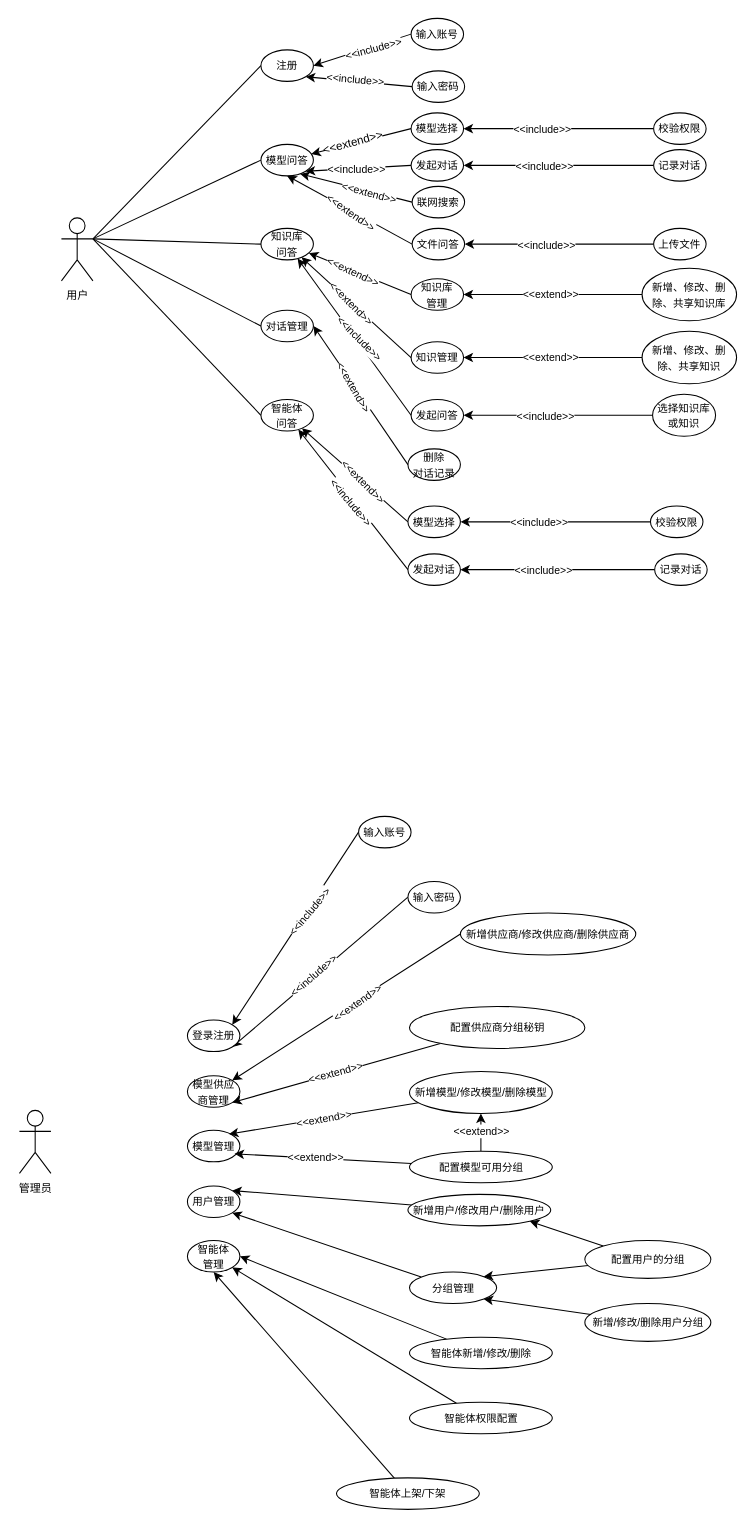
Chentx1243/draw.io keeps this draw.io diagram as page "第 2 页" (2 of 2) of 用户用例图.drawio. Above is the earlier version. Source tidied: cells renumbered, new cells numbered last; positions are measured from the earlier drawing's top-left corner, leaving out a move shared by most shapes. Both pictures are drawn from the tidied source at 105%, with x=0, y=0 at pixel (19, 18).
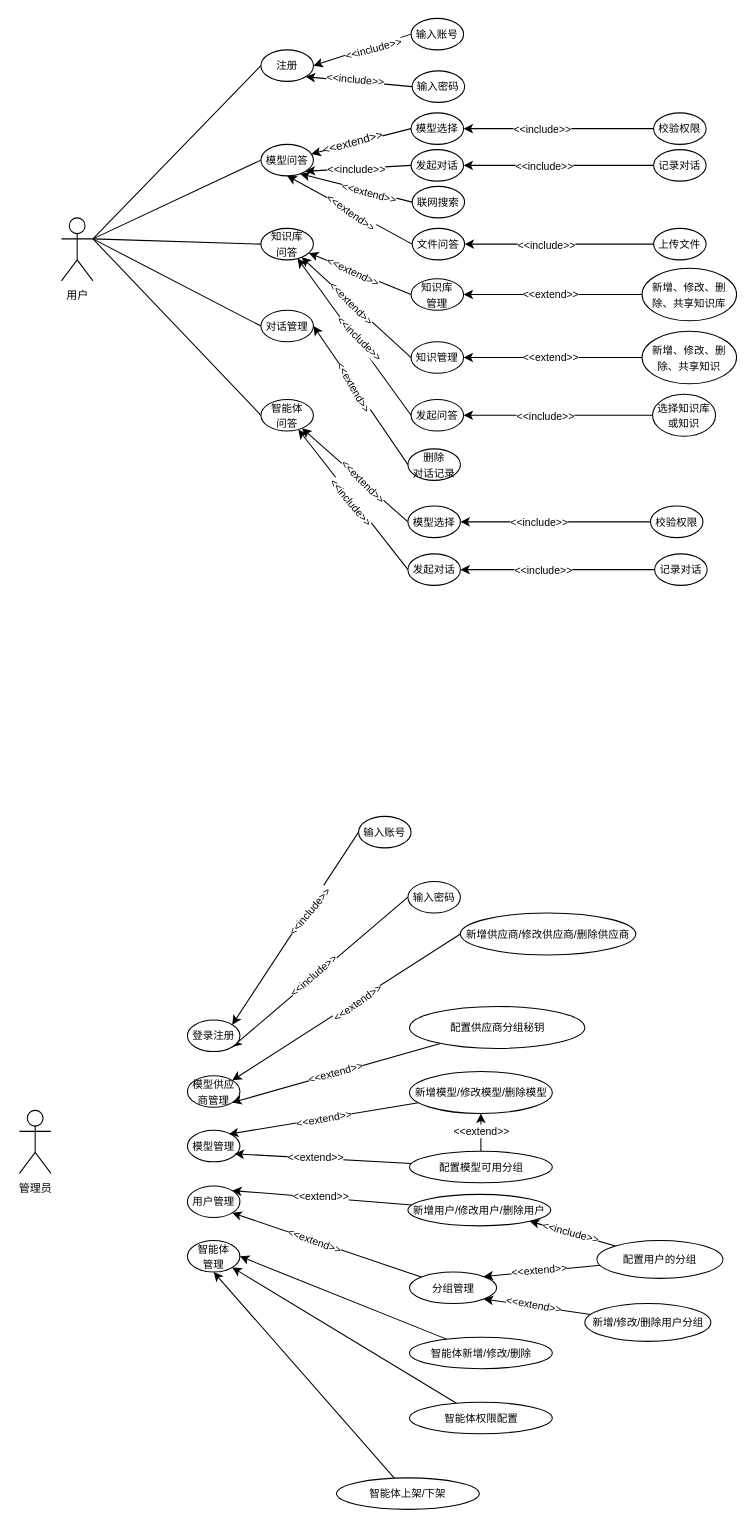
The same page after the edit.

Commit message (it also covers changes not shown here):
更新用户用例图.drawio

The change refers to these unchanged cells:
```xml
<mxCell id="90" style="rounded=0;jettySize=auto;html=1;entryX=1;entryY=0;entryDx=0;entryDy=0;" parent="1" edge="1" source="91" target="89">
  <mxGeometry relative="1" as="geometry" />
</mxCell>
<mxCell id="92" style="rounded=0;jettySize=auto;html=1;entryX=1;entryY=1;entryDx=0;entryDy=0;" parent="1" edge="1" source="93" target="89">
  <mxGeometry relative="1" as="geometry" />
</mxCell>
<mxCell id="109" style="rounded=0;jettySize=auto;html=1;entryX=1;entryY=1;entryDx=0;entryDy=0;" parent="1" edge="1" source="110" target="93">
  <mxGeometry relative="1" as="geometry" />
</mxCell>
<mxCell id="111" style="rounded=0;jettySize=auto;html=1;entryX=1;entryY=0;entryDx=0;entryDy=0;" parent="1" edge="1" source="113" target="93">
  <mxGeometry relative="1" as="geometry" />
</mxCell>
<mxCell id="112" style="rounded=0;jettySize=auto;html=1;exitX=0;exitY=0;exitDx=0;exitDy=0;entryX=1;entryY=1;entryDx=0;entryDy=0;" parent="1" edge="1" source="113" target="91">
  <mxGeometry relative="1" as="geometry" />
</mxCell>
```

Diff of the diagram source:
```diff
@@
+    <mxCell id="114" value="&lt;span style=&quot;font-family: 宋体; font-size: 10px;&quot;&gt;&amp;lt;&amp;lt;extend&amp;gt;&amp;gt;&lt;/span&gt;" style="edgeLabel;html=1;align=center;verticalAlign=middle;" parent="90" vertex="1">
+      <mxGeometry x="0.02" y="-2" relative="1" as="geometry" />
+    </mxCell>
@@
+    <mxCell id="115" value="&lt;span style=&quot;font-family: 宋体; font-size: 10px;&quot;&gt;&amp;lt;&amp;lt;extend&amp;gt;&amp;gt;&lt;/span&gt;" style="edgeLabel;html=1;align=center;verticalAlign=middle;rotation=20;" parent="92" vertex="1">
+      <mxGeometry x="0.21" y="1" relative="1" as="geometry">
+        <mxPoint x="7" y="1" as="offset" />
+      </mxGeometry>
+    </mxCell>
@@
+    <mxCell id="116" value="&lt;span style=&quot;font-family: 宋体; font-size: 10px;&quot;&gt;&amp;lt;&amp;lt;extend&amp;gt;&amp;gt;&lt;/span&gt;" style="edgeLabel;html=1;align=center;verticalAlign=middle;rotation=10;" parent="109" vertex="1">
+      <mxGeometry x="0.23" y="1" relative="1" as="geometry">
+        <mxPoint x="8" y="-2" as="offset" />
+      </mxGeometry>
+    </mxCell>
@@
+    <mxCell id="117" value="&lt;span style=&quot;font-family: 宋体; font-size: 10px;&quot;&gt;&amp;lt;&amp;lt;extend&amp;gt;&amp;gt;&lt;/span&gt;" style="edgeLabel;html=1;align=center;verticalAlign=middle;rotation=-5;" parent="111" vertex="1">
+      <mxGeometry x="0.04" y="-2" relative="1" as="geometry" />
+    </mxCell>
@@
+    <mxCell id="118" value="&lt;span style=&quot;font-family: 宋体; font-size: 10px;&quot;&gt;&amp;lt;&amp;lt;include&amp;gt;&amp;gt;&lt;/span&gt;" style="edgeLabel;html=1;align=center;verticalAlign=middle;rotation=15;" parent="112" vertex="1">
+      <mxGeometry x="0.07" y="-1" relative="1" as="geometry" />
+    </mxCell>
     <mxCell id="113" value="&lt;font face=&quot;宋体&quot;&gt;&lt;span style=&quot;font-size: 10px;&quot;&gt;配置用户的分组&lt;/span&gt;&lt;/font&gt;" style="ellipse;whiteSpace=wrap;html=1;" parent="1" vertex="1">
-      <mxGeometry x="538.5" y="1164" width="120" height="36" as="geometry" />
+      <mxGeometry x="550" y="1164" width="120" height="36" as="geometry" />
     </mxCell>
```
